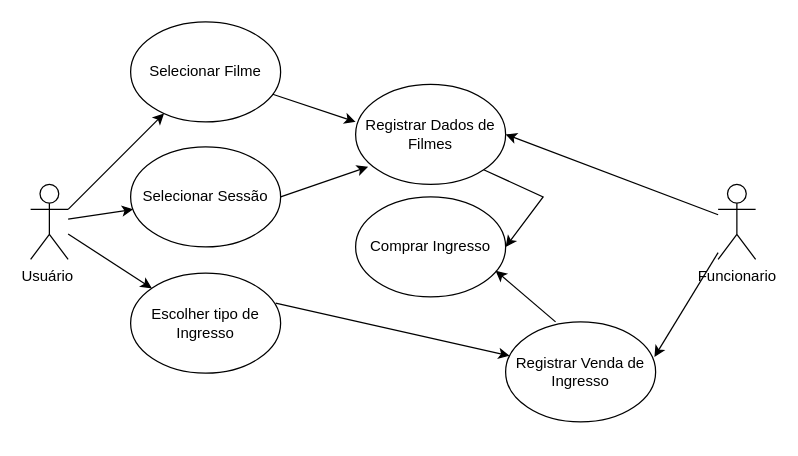
Before: Cinema.drawio in ArcanjoDaGuarda/AnjoProjetos, a draw.io diagram. Source tidied: cells renumbered, new cells numbered last; positions are measured from the earlier drawing's top-left corner, leaving out a move shared by most shapes. Both pictures are drawn from the tidied source at 125%, with x=0, y=0 at pixel (30, 21).
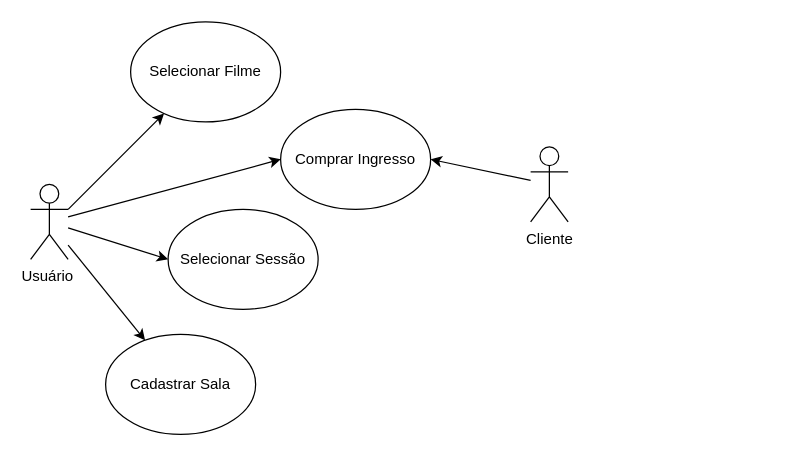
The same page after the edit.

The change refers to these unchanged cells:
```xml
<mxCell id="2" value="Usuário&amp;nbsp;" style="shape=umlActor;verticalLabelPosition=bottom;verticalAlign=top;html=1;outlineConnect=0;" parent="1" vertex="1">
  <mxGeometry y="130" width="30" height="60" as="geometry" />
</mxCell>
<mxCell id="4" value="Selecionar Filme" style="ellipse;whiteSpace=wrap;html=1;" parent="1" vertex="1">
  <mxGeometry x="80" width="120" height="80" as="geometry" />
</mxCell>
```

What changed in the source:
```diff
@@
     <mxCell id="3" value="Comprar Ingresso" style="ellipse;whiteSpace=wrap;html=1;" parent="1" vertex="1">
-      <mxGeometry x="260" y="140" width="120" height="80" as="geometry" />
+      <mxGeometry x="200" y="70" width="120" height="80" as="geometry" />
     </mxCell>
@@
     <mxCell id="5" value="Selecionar Sessão" style="ellipse;whiteSpace=wrap;html=1;" parent="1" vertex="1">
-      <mxGeometry x="80" y="100" width="120" height="80" as="geometry" />
+      <mxGeometry x="110" y="150" width="120" height="80" as="geometry" />
     </mxCell>
-    <mxCell id="6" value="Escolher tipo de Ingresso" style="ellipse;whiteSpace=wrap;html=1;" parent="1" vertex="1">
-      <mxGeometry x="80" y="201" width="120" height="80" as="geometry" />
+    <mxCell id="6" value="Cadastrar Sala" style="ellipse;whiteSpace=wrap;html=1;" parent="1" vertex="1">
+      <mxGeometry x="60" y="250" width="120" height="80" as="geometry" />
     </mxCell>
-    <mxCell id="7" value="Registrar Dados de Filmes" style="ellipse;whiteSpace=wrap;html=1;" parent="1" vertex="1">
-      <mxGeometry x="260" y="50" width="120" height="80" as="geometry" />
-    </mxCell>
-    <mxCell id="8" value="Registrar Venda de Ingresso" style="ellipse;whiteSpace=wrap;html=1;" parent="1" vertex="1">
-      <mxGeometry x="380" y="240" width="120" height="80" as="geometry" />
-    </mxCell>
-    <mxCell id="9" style="endArrow=classic;html=1;rounded=0;" parent="1" edge="1" source="4">
-      <mxGeometry relative="1" as="geometry">
-        <mxPoint x="260" y="80" as="targetPoint" />
-      </mxGeometry>
-    </mxCell>
-    <mxCell id="10" style="endArrow=classic;html=1;rounded=0;exitX=1;exitY=0.5;exitDx=0;exitDy=0;entryX=0.083;entryY=0.825;entryDx=0;entryDy=0;entryPerimeter=0;" parent="1" edge="1" source="5" target="7">
-      <mxGeometry relative="1" as="geometry" />
-    </mxCell>
-    <mxCell id="11" style="endArrow=classic;html=1;rounded=0;exitX=0.967;exitY=0.3;exitDx=0;exitDy=0;exitPerimeter=0;" parent="1" edge="1" source="6" target="8">
-      <mxGeometry relative="1" as="geometry" />
-    </mxCell>
-    <mxCell id="12" value="Funcionario" style="shape=umlActor;verticalLabelPosition=bottom;verticalAlign=top;html=1;outlineConnect=0;" parent="1" vertex="1">
-      <mxGeometry x="550" y="130" width="30" height="60" as="geometry" />
+    <mxCell id="12" value="Cliente" style="shape=umlActor;verticalLabelPosition=bottom;verticalAlign=top;html=1;outlineConnect=0;" parent="1" vertex="1">
+      <mxGeometry x="400" y="100" width="30" height="60" as="geometry" />
     </mxCell>
-    <mxCell id="13" style="endArrow=classic;html=1;rounded=0;entryX=1;entryY=0.5;entryDx=0;entryDy=0;" parent="1" edge="1" source="12" target="7">
+    <mxCell id="13" style="endArrow=classic;html=1;rounded=0;entryX=1;entryY=0.5;entryDx=0;entryDy=0;" parent="1" edge="1" source="12" target="3">
       <mxGeometry relative="1" as="geometry" />
     </mxCell>
-    <mxCell id="14" style="endArrow=classic;html=1;rounded=0;entryX=0.992;entryY=0.35;entryDx=0;entryDy=0;entryPerimeter=0;" parent="1" edge="1" source="12" target="8">
-      <mxGeometry relative="1" as="geometry" />
-    </mxCell>
-    <mxCell id="15" style="endArrow=classic;html=1;rounded=0;exitX=1;exitY=1;exitDx=0;exitDy=0;entryX=1;entryY=0.5;entryDx=0;entryDy=0;" parent="1" edge="1" source="7" target="3">
-      <mxGeometry relative="1" as="geometry">
-        <Array as="points">
-          <mxPoint x="410" y="140" />
-        </Array>
-      </mxGeometry>
-    </mxCell>
-    <mxCell id="16" style="endArrow=classic;html=1;rounded=0;exitX=0.333;exitY=0;exitDx=0;exitDy=0;exitPerimeter=0;entryX=0.933;entryY=0.738;entryDx=0;entryDy=0;entryPerimeter=0;" parent="1" edge="1" source="8" target="3">
-      <mxGeometry relative="1" as="geometry" />
-    </mxCell>
@@
-    <mxCell id="19" style="endArrow=classic;html=1;rounded=0;entryX=0.017;entryY=0.625;entryDx=0;entryDy=0;entryPerimeter=0;" parent="1" edge="1" source="2" target="5">
+    <mxCell id="19" style="endArrow=classic;html=1;rounded=0;entryX=0;entryY=0.5;entryDx=0;entryDy=0;" parent="1" edge="1" source="2" target="5">
       <mxGeometry relative="1" as="geometry" />
     </mxCell>
+    <mxCell id="20" style="endArrow=classic;html=1;rounded=0;entryX=0;entryY=0.5;entryDx=0;entryDy=0;" parent="1" edge="1" source="2" target="3">
+      <mxGeometry relative="1" as="geometry" />
+    </mxCell>
```
